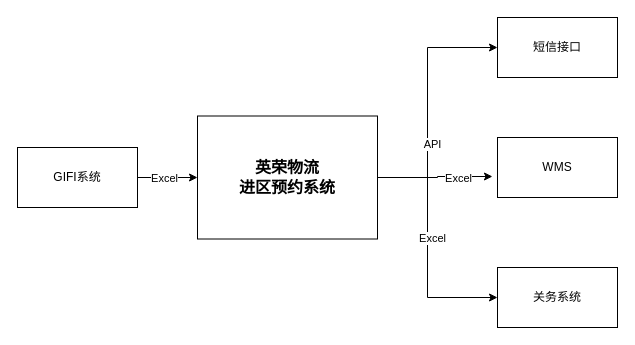
Earlier version of the draw.io diagram page "系统上下文" (2 of 16) of wbooking docs/进区预约系统.drawio (sxc-one/e-conitl). Source tidied: cells renumbered, new cells numbered last; positions are measured from the earlier drawing's top-left corner, leaving out a move shared by most shapes. Both pictures are drawn from the tidied source at 100%, with x=0, y=0 at pixel (17, 17).
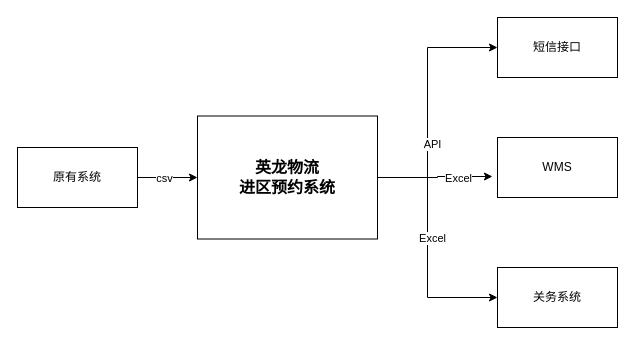
The same diagram, later.

Commit message:
Update 进区预约系统.drawio

The change refers to these unchanged cells:
```xml
<mxCell id="10" style="edgeStyle=orthogonalEdgeStyle;rounded=0;jettySize=auto;html=1;" parent="1" edge="1" source="12" target="8">
  <mxGeometry relative="1" as="geometry" />
</mxCell>
```

What changed in the source:
```diff
@@
-    <mxCell id="8" value="英荣物流&lt;br style=&quot;font-size: 16px;&quot;&gt;进区预约系统" style="rounded=0;whiteSpace=wrap;html=1;fontStyle=1;horizontal=1;fontSize=16;" parent="1" vertex="1">
+    <mxCell id="8" value="英龙物流&lt;br style=&quot;font-size: 16px&quot;&gt;进区预约系统" style="rounded=0;whiteSpace=wrap;html=1;fontStyle=1;horizontal=1;fontSize=16;" parent="1" vertex="1">
       <mxGeometry x="180" y="98.5" width="180" height="123" as="geometry" />
     </mxCell>
@@
-    <mxCell id="11" value="Excel" style="edgeLabel;html=1;align=center;verticalAlign=middle;" parent="10" vertex="1">
+    <mxCell id="11" value="csv" style="edgeLabel;html=1;align=center;verticalAlign=middle;" parent="10" vertex="1">
       <mxGeometry x="-0.15" y="-4" relative="1" as="geometry">
         <mxPoint y="-4" as="offset" />
       </mxGeometry>
     </mxCell>
-    <mxCell id="12" value="GIFI系统" style="rounded=0;whiteSpace=wrap;html=1;" parent="1" vertex="1">
+    <mxCell id="12" value="原有系统" style="rounded=0;whiteSpace=wrap;html=1;" parent="1" vertex="1">
       <mxGeometry y="130" width="120" height="60" as="geometry" />
     </mxCell>
```
